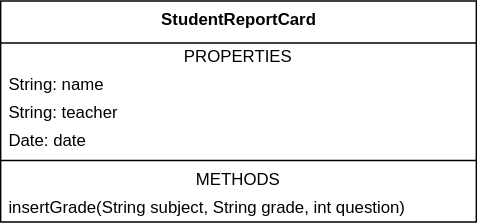
This is draw.io/lower15_student_report.drawio.svg from erikacamilleri/secib-java-course, a draw.io export, as it was before one commit. Source tidied: cells renumbered, new cells last; positions are measured from the earlier drawing's top-left corner, leaving out a move shared by most shapes.
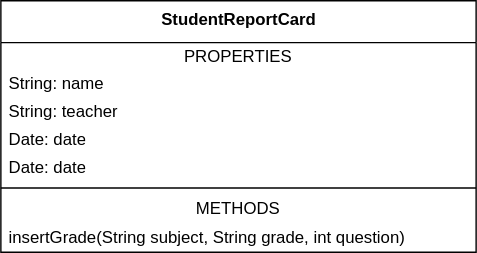
Above is the later version.

Commit message:
Testing whether update in svg updated README

Change to the diagram source:
```diff
@@ -3,7 +3,7 @@
     <mxCell id="0" />
     <mxCell id="1" parent="0" />
     <mxCell id="2" value="&lt;b&gt;StudentReportCard&amp;nbsp;&lt;br&gt;&lt;/b&gt;" style="swimlane;fontStyle=0;align=center;verticalAlign=top;horizontal=1;startSize=30;html=1;" parent="1" vertex="1">
-      <mxGeometry width="340" height="158" as="geometry" />
+      <mxGeometry width="340" height="180" as="geometry" />
     </mxCell>
     <mxCell id="3" value="PROPERTIES" style="text;html=1;strokeColor=none;fillColor=none;align=center;verticalAlign=middle;spacingLeft=4;spacingRight=4;overflow=hidden;" parent="2" vertex="1">
       <mxGeometry y="30" width="340" height="20" as="geometry" />
@@ -14,17 +14,20 @@
     <mxCell id="5" value="String: teacher" style="text;html=1;strokeColor=none;fillColor=none;align=left;verticalAlign=middle;spacingLeft=4;spacingRight=4;overflow=hidden;" parent="2" vertex="1">
       <mxGeometry y="70" width="340" height="20" as="geometry" />
     </mxCell>
+    <mxCell id="10" value="Date: date" style="text;html=1;strokeColor=none;fillColor=none;align=left;verticalAlign=middle;spacingLeft=4;spacingRight=4;overflow=hidden;" parent="2" vertex="1">
+      <mxGeometry y="90" width="340" height="20" as="geometry" />
+    </mxCell>
     <mxCell id="6" value="Date: date" style="text;html=1;strokeColor=none;fillColor=none;align=left;verticalAlign=middle;spacingLeft=4;spacingRight=4;overflow=hidden;" parent="2" vertex="1">
-      <mxGeometry y="90" width="340" height="20" as="geometry" />
+      <mxGeometry y="110" width="340" height="20" as="geometry" />
     </mxCell>
     <mxCell id="7" style="line;strokeWidth=1;fillColor=none;align=left;verticalAlign=middle;spacingTop=-1;spacingLeft=3;spacingRight=3;labelPosition=right;" parent="2" vertex="1">
-      <mxGeometry y="110" width="340" height="8" as="geometry" />
+      <mxGeometry y="130" width="340" height="8" as="geometry" />
     </mxCell>
     <mxCell id="8" value="METHODS" style="text;html=1;strokeColor=none;fillColor=none;align=center;verticalAlign=middle;spacingLeft=4;spacingRight=4;overflow=hidden;" parent="2" vertex="1">
-      <mxGeometry y="118" width="340" height="20" as="geometry" />
+      <mxGeometry y="138" width="340" height="22" as="geometry" />
     </mxCell>
     <mxCell id="9" value="insertGrade(String subject, String grade, int question)&lt;br&gt;" style="text;html=1;strokeColor=none;fillColor=none;align=left;verticalAlign=middle;spacingLeft=4;spacingRight=4;overflow=hidden;" parent="2" vertex="1">
-      <mxGeometry y="138" width="340" height="20" as="geometry" />
+      <mxGeometry y="160" width="340" height="20" as="geometry" />
     </mxCell>
   </root>
 </mxGraphModel>
```
